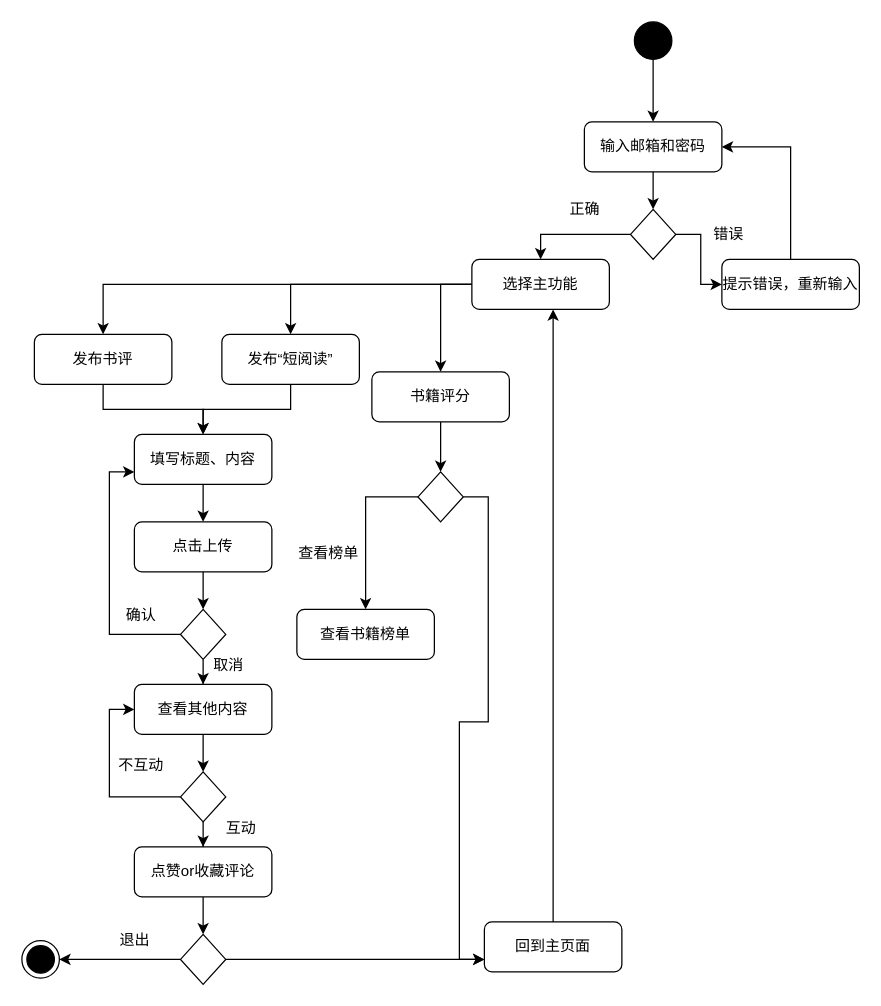
Above: BookReaders/BookReaders活动图.drawio in Richerlv/MyGraph (draw.io), before the change. Source tidied: cells renumbered, new cells numbered last; positions are measured from the earlier drawing's top-left corner, leaving out a move shared by most shapes. Both pictures are drawn from the tidied source at 125%, with x=0, y=0 at pixel (21, 21).
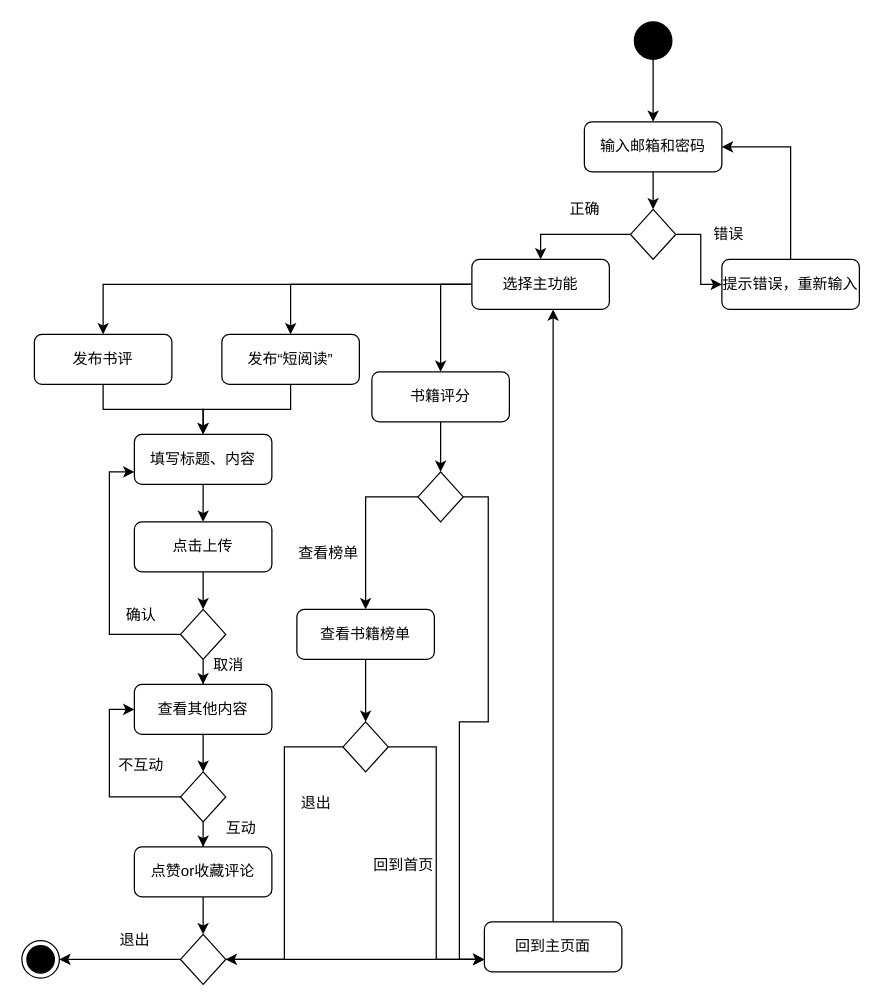
Above is the later version.

Commit message:
更新BookReaders活动图.drawio

Unchanged cells that the change refers to:
```xml
<mxCell id="37" style="rhombus;whiteSpace=wrap;html=1;" parent="1" vertex="1">
  <mxGeometry x="126.9" y="730" width="36.2" height="40" as="geometry" />
</mxCell>
<mxCell id="40" value="回到主页面" style="rounded=1;whiteSpace=wrap;html=1;" parent="1" vertex="1">
  <mxGeometry x="370" y="720" width="110" height="40" as="geometry" />
</mxCell>
<mxCell id="41" value="查看书籍榜单" style="rounded=1;whiteSpace=wrap;html=1;" parent="1" vertex="1">
  <mxGeometry x="220" y="470" width="110" height="40" as="geometry" />
</mxCell>
```

Diff of the diagram source:
```diff
@@
+    <mxCell id="53" style="edgeStyle=orthogonalEdgeStyle;rounded=0;jettySize=auto;html=1;entryX=0.5;entryY=0;entryDx=0;entryDy=0;" parent="1" edge="1" source="41" target="56">
+      <mxGeometry relative="1" as="geometry" />
+    </mxCell>
@@
+    <mxCell id="54" style="edgeStyle=orthogonalEdgeStyle;rounded=0;jettySize=auto;html=1;entryX=1;entryY=0.5;entryDx=0;entryDy=0;" parent="1" edge="1" source="56" target="37">
+      <mxGeometry relative="1" as="geometry" />
+    </mxCell>
+    <mxCell id="55" style="edgeStyle=orthogonalEdgeStyle;rounded=0;jettySize=auto;html=1;exitX=1;exitY=0.5;exitDx=0;exitDy=0;entryX=0;entryY=0.75;entryDx=0;entryDy=0;" parent="1" edge="1" source="56" target="40">
+      <mxGeometry relative="1" as="geometry" />
+    </mxCell>
+    <mxCell id="56" style="rhombus;whiteSpace=wrap;html=1;" parent="1" vertex="1">
+      <mxGeometry x="256.9" y="560" width="36.2" height="40" as="geometry" />
+    </mxCell>
+    <mxCell id="57" value="退出" style="text;html=1;align=center;verticalAlign=middle;strokeColor=none;fillColor=none;" parent="1" vertex="1">
+      <mxGeometry x="210" y="610" width="50" height="30" as="geometry" />
+    </mxCell>
+    <mxCell id="58" value="回到首页" style="text;html=1;align=center;verticalAlign=middle;strokeColor=none;fillColor=none;" parent="1" vertex="1">
+      <mxGeometry x="270" y="660" width="70" height="30" as="geometry" />
+    </mxCell>
```
